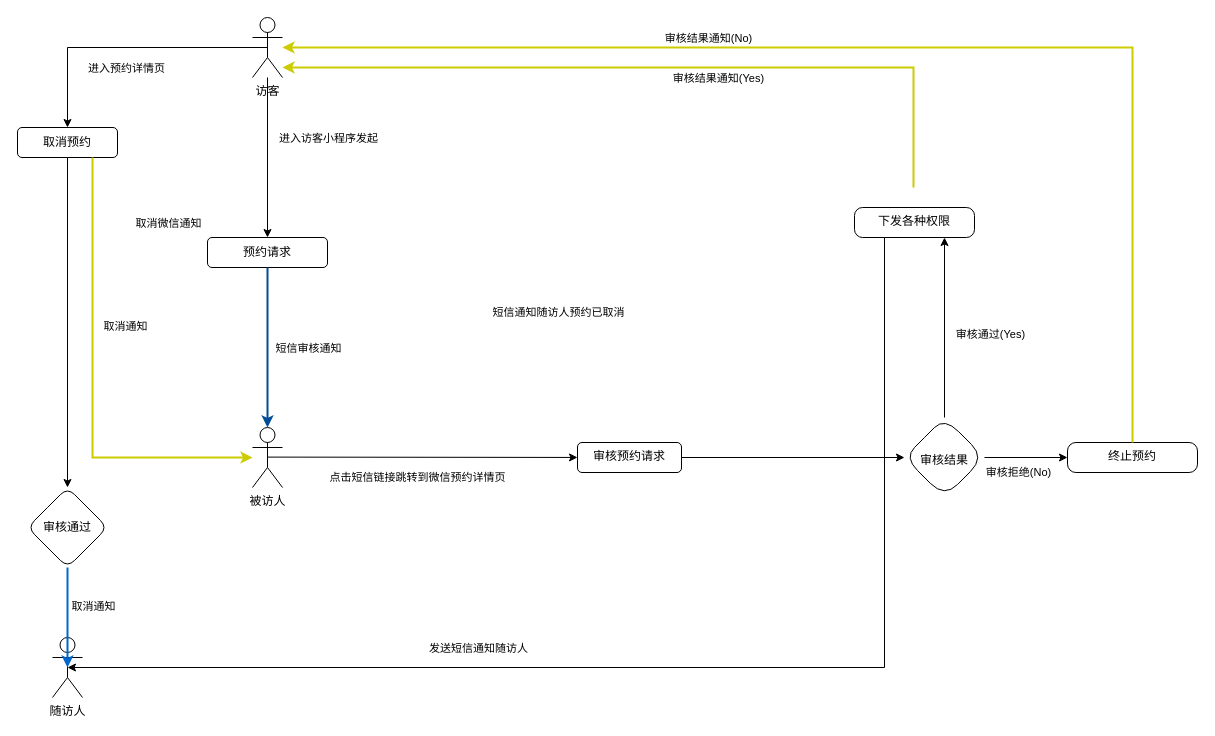
The draw.io diagram page "预约模式" (1 of 2) of 访客系统/访客系统.drawio in animitta/graph, before the edit. Source tidied: cells renumbered, new cells numbered last; positions are measured from the earlier drawing's top-left corner, leaving out a move shared by most shapes. Both pictures are drawn from the tidied source at 100%, with x=0, y=0 at pixel (17, 17).
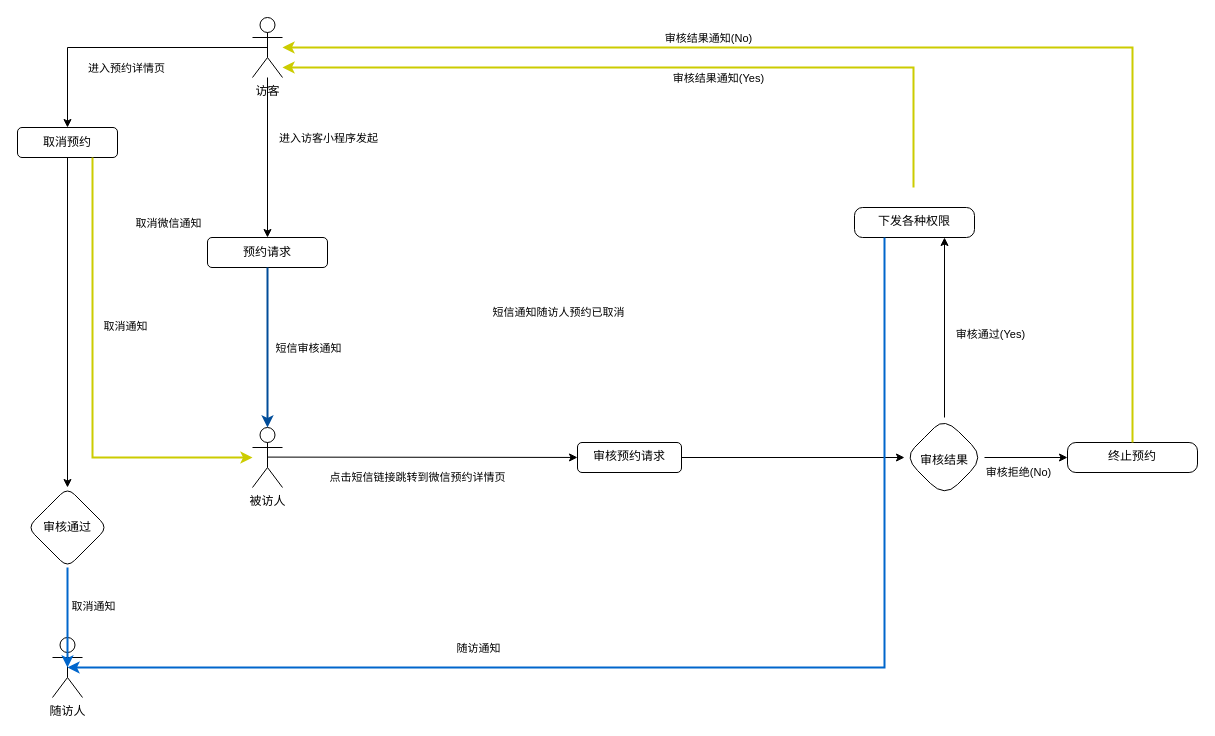
The same diagram, later.

The change refers to these unchanged cells:
```xml
<mxCell id="16" value="下发各种权限" style="whiteSpace=wrap;html=1;verticalAlign=top;rounded=1;arcSize=27;" parent="1" vertex="1">
  <mxGeometry x="837" y="190" width="120" height="30" as="geometry" />
</mxCell>
<mxCell id="24" value="随访人" style="shape=umlActor;verticalLabelPosition=bottom;verticalAlign=top;html=1;outlineConnect=0;" parent="1" vertex="1">
  <mxGeometry x="35" y="620" width="30" height="60" as="geometry" />
</mxCell>
```

What changed in the source:
```diff
@@
-    <mxCell id="25" style="endArrow=classic;html=1;rounded=0;exitX=0.25;exitY=1;exitDx=0;exitDy=0;entryX=0.5;entryY=0.5;entryDx=0;entryDy=0;entryPerimeter=0;" parent="1" edge="1" source="16" target="24">
+    <mxCell id="25" style="endArrow=classic;html=1;rounded=0;exitX=0.25;exitY=1;exitDx=0;exitDy=0;entryX=0.5;entryY=0.5;entryDx=0;entryDy=0;entryPerimeter=0;strokeWidth=2;strokeColor=#0066CC;" parent="1" edge="1" source="16" target="24">
       <mxGeometry relative="1" as="geometry">
         <Array as="points">
           <mxPoint x="867" y="650" />
         </Array>
       </mxGeometry>
     </mxCell>
-    <mxCell id="26" value="发送短信通知随访人" style="edgeLabel;html=1;align=center;verticalAlign=middle;" parent="25" vertex="1">
+    <mxCell id="26" value="随访通知" style="edgeLabel;html=1;align=center;verticalAlign=middle;" parent="25" vertex="1">
       <mxGeometry relative="1" as="geometry">
         <mxPoint x="-213" y="-20" as="offset" />
       </mxGeometry>
     </mxCell>
```
